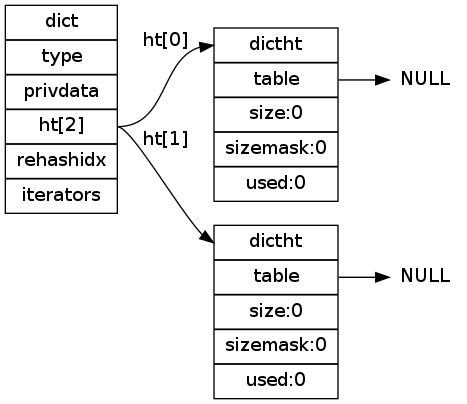
Before: internal-datastruct/image/empty_dict.png, a diagram exported from Graphviz (huangzworks/redisbook). Its source is kept beside it as internal-datastruct/image/empty_dict.dot.
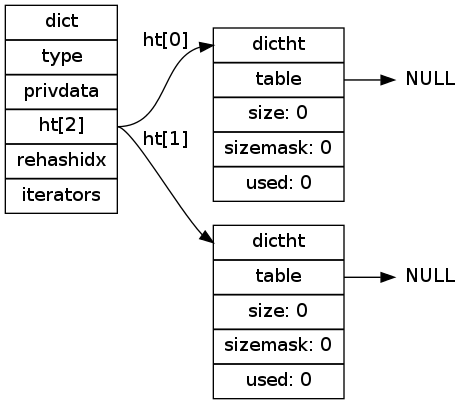
Later version of the same file.

Change to the diagram source:
```diff
@@ -8,9 +8,9 @@
 
     dict [label="dict | type | privdata |<ht> ht[2] | rehashidx | iterators"];
 
-    ht0 [label="<dictht>dictht |<table> table | size:0 | sizemask:0 | used:0"];
+    ht0 [label="<dictht>dictht |<table> table | size: 0 | sizemask: 0 | used: 0"];
 
-    ht1 [label="<dictht>dictht |<table> table | size:0 | sizemask:0 | used:0"];
+    ht1 [label="<dictht>dictht |<table> table | size: 0 | sizemask: 0 | used: 0"];
 
     null0 [label="NULL", shape=plaintext];
     null1 [label="NULL", shape=plaintext];
```
